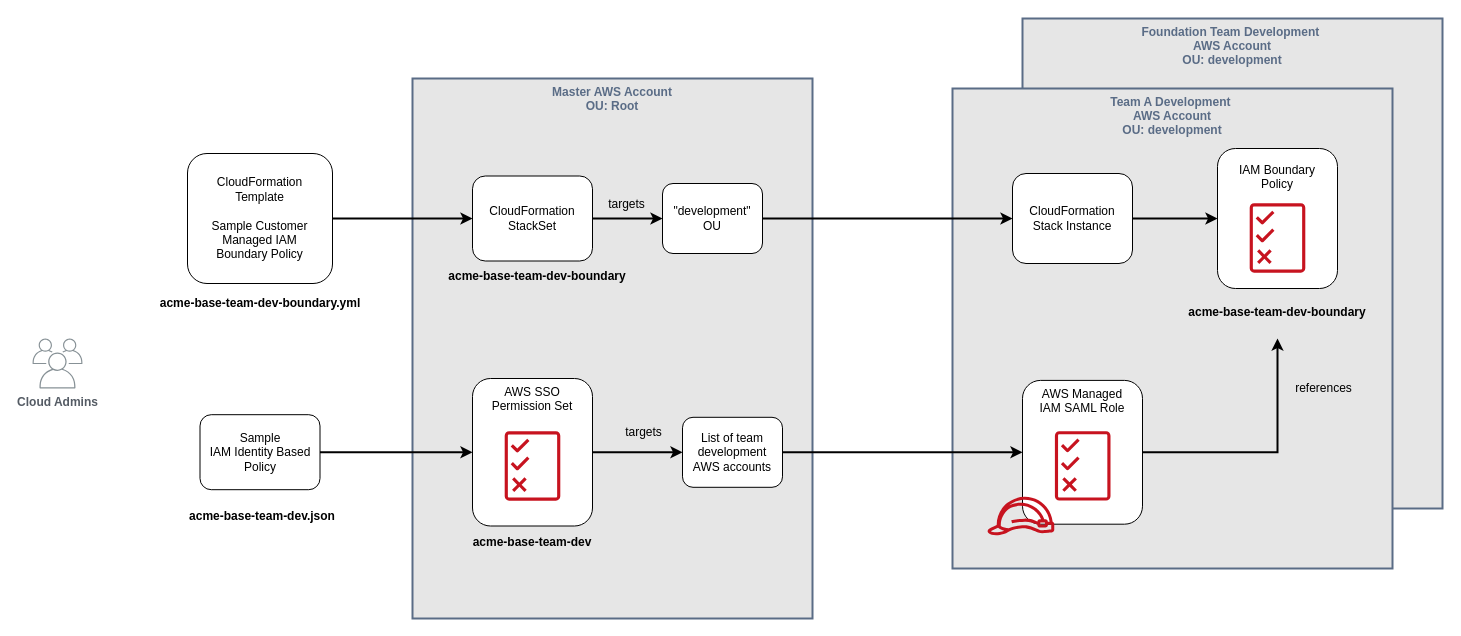
Before: page "team-dev-access-provisioning" (9 of 10) of drawings/initial-foundation.drawio in aws-samples/aws-get-started-workshop, a draw.io diagram. Source tidied: cells renumbered, new cells numbered last; positions are measured from the earlier drawing's top-left corner, leaving out a move shared by most shapes. Both pictures are drawn from the tidied source at 100%, with x=0, y=0 at pixel (32, 18).
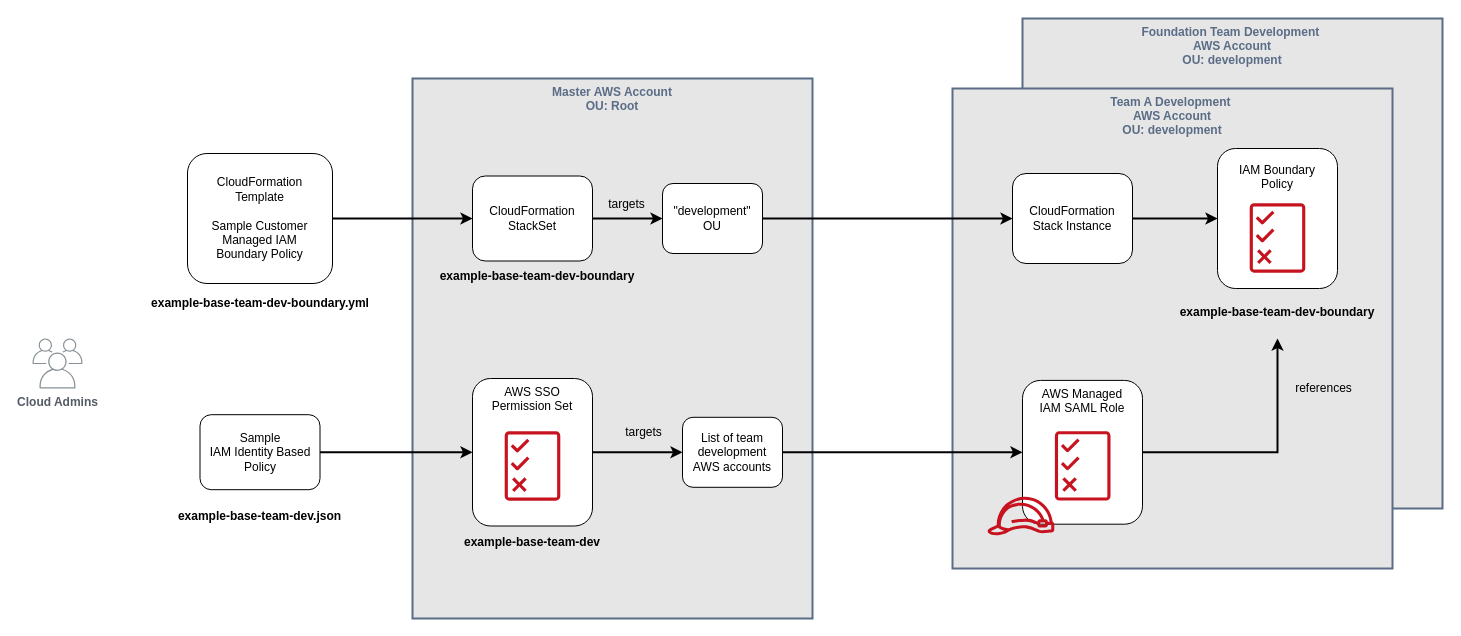
The same page after the edit.

Commit message (it also covers changes not shown here):
change all refs to acme to example

Change to the diagram source:
```diff
@@
-    <mxCell id="8" value="acme-base-team-dev.json" style="text;html=1;strokeColor=none;fillColor=none;align=center;verticalAlign=middle;whiteSpace=wrap;rounded=0;fontStyle=1;" parent="1" vertex="1">
-      <mxGeometry x="155" y="487.5" width="150" height="20" as="geometry" />
+    <mxCell id="8" value="example-base-team-dev.json" style="text;html=1;strokeColor=none;fillColor=none;align=center;verticalAlign=middle;whiteSpace=wrap;rounded=0;fontStyle=1;" parent="1" vertex="1">
+      <mxGeometry x="135" y="487.5" width="185" height="20" as="geometry" />
     </mxCell>
-    <mxCell id="9" value="acme-base-team-dev-boundary.yml" style="text;html=1;strokeColor=none;fillColor=none;align=center;verticalAlign=middle;whiteSpace=wrap;rounded=0;fontStyle=1;" parent="1" vertex="1">
+    <mxCell id="9" value="example-base-team-dev-boundary.yml" style="text;html=1;strokeColor=none;fillColor=none;align=center;verticalAlign=middle;whiteSpace=wrap;rounded=0;fontStyle=1;" parent="1" vertex="1">
       <mxGeometry x="102.5" y="275" width="250" height="20" as="geometry" />
     </mxCell>
@@
-    <mxCell id="14" value="acme-base-team-dev" style="text;html=1;strokeColor=none;fillColor=none;align=center;verticalAlign=middle;whiteSpace=wrap;rounded=0;fontStyle=1;" parent="1" vertex="1">
+    <mxCell id="14" value="example-base-team-dev" style="text;html=1;strokeColor=none;fillColor=none;align=center;verticalAlign=middle;whiteSpace=wrap;rounded=0;fontStyle=1;" parent="1" vertex="1">
       <mxGeometry x="425" y="513.8" width="150" height="20" as="geometry" />
     </mxCell>
-    <mxCell id="15" value="acme-base-team-dev-boundary" style="text;html=1;strokeColor=none;fillColor=none;align=center;verticalAlign=middle;whiteSpace=wrap;rounded=0;fontStyle=1;" parent="1" vertex="1">
+    <mxCell id="15" value="example-base-team-dev-boundary" style="text;html=1;strokeColor=none;fillColor=none;align=center;verticalAlign=middle;whiteSpace=wrap;rounded=0;fontStyle=1;" parent="1" vertex="1">
       <mxGeometry x="380" y="247.5" width="250" height="20" as="geometry" />
     </mxCell>
@@
-    <mxCell id="33" value="acme-base-team-dev-boundary" style="text;html=1;strokeColor=none;fillColor=none;align=center;verticalAlign=middle;whiteSpace=wrap;rounded=0;fontStyle=1;" parent="1" vertex="1">
+    <mxCell id="33" value="example-base-team-dev-boundary" style="text;html=1;strokeColor=none;fillColor=none;align=center;verticalAlign=middle;whiteSpace=wrap;rounded=0;fontStyle=1;" parent="1" vertex="1">
       <mxGeometry x="1120" y="284" width="250" height="20" as="geometry" />
     </mxCell>
```
